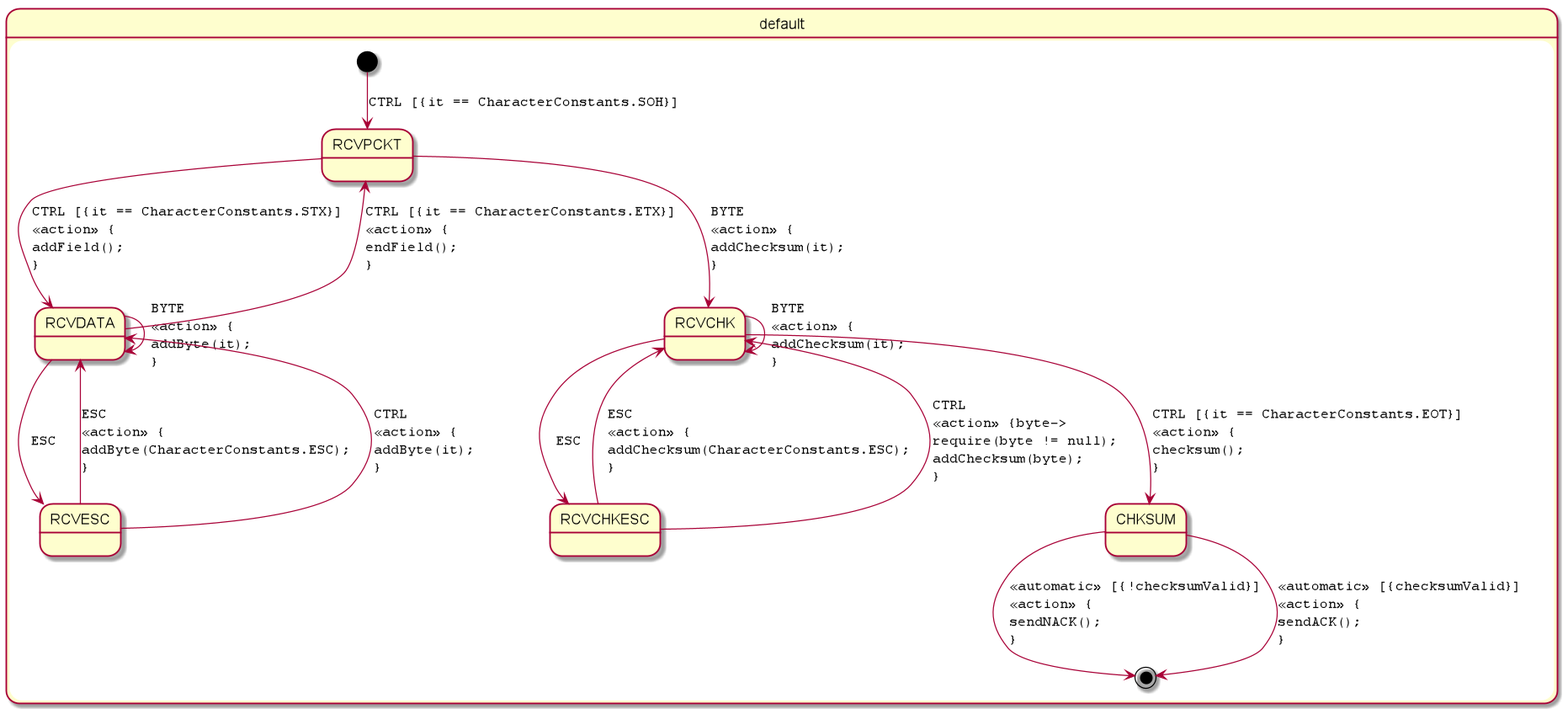
The PlantUML diagram packet_reader-parsed.png in open-jumpco/kfsm-viz, before a commit.
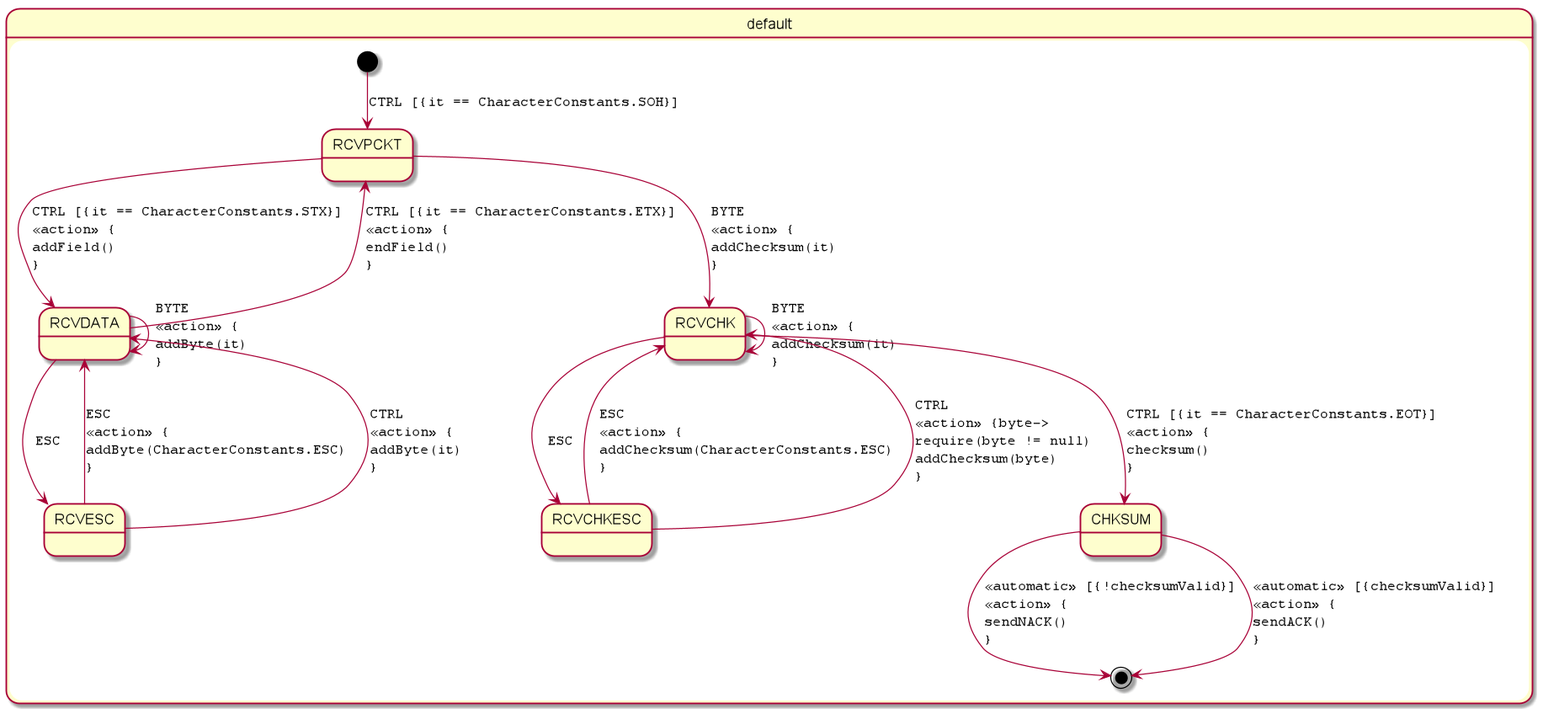
Later version of the same file.

Diff of the diagram source:
```diff
@@ -3,19 +3,19 @@
 skinparam defaultFontName Monospaced
 state default {
 [*] --> RCVPCKT : CTRL [{it == CharacterConstants.SOH}]
-RCVPCKT --> RCVDATA : CTRL [{it == CharacterConstants.STX}]\l<<action>> {\laddField();\l}
-RCVPCKT --> RCVCHK : BYTE\l<<action>> {\laddChecksum(it);\l}
-RCVDATA --> RCVDATA : BYTE\l<<action>> {\laddByte(it);\l}
-RCVDATA --> RCVPCKT : CTRL [{it == CharacterConstants.ETX}]\l<<action>> {\lendField();\l}
+RCVPCKT --> RCVDATA : CTRL [{it == CharacterConstants.STX}]\l<<action>> {\laddField()\l}
+RCVPCKT --> RCVCHK : BYTE\l<<action>> {\laddChecksum(it)\l}
+RCVDATA --> RCVDATA : BYTE\l<<action>> {\laddByte(it)\l}
+RCVDATA --> RCVPCKT : CTRL [{it == CharacterConstants.ETX}]\l<<action>> {\lendField()\l}
 RCVDATA --> RCVESC : ESC
-RCVESC --> RCVDATA : ESC\l<<action>> {\laddByte(CharacterConstants.ESC);\l}
-RCVESC --> RCVDATA : CTRL\l<<action>> {\laddByte(it);\l}
-RCVCHK --> RCVCHK : BYTE\l<<action>> {\laddChecksum(it);\l}
+RCVESC --> RCVDATA : ESC\l<<action>> {\laddByte(CharacterConstants.ESC)\l}
+RCVESC --> RCVDATA : CTRL\l<<action>> {\laddByte(it)\l}
+RCVCHK --> RCVCHK : BYTE\l<<action>> {\laddChecksum(it)\l}
 RCVCHK --> RCVCHKESC : ESC
-RCVCHK --> CHKSUM : CTRL [{it == CharacterConstants.EOT}]\l<<action>> {\lchecksum();\l}
-CHKSUM --> [*] : <<automatic>> [{!checksumValid}]\l<<action>> {\lsendNACK();\l}
-CHKSUM --> [*] : <<automatic>> [{checksumValid}]\l<<action>> {\lsendACK();\l}
-RCVCHKESC --> RCVCHK : ESC\l<<action>> {\laddChecksum(CharacterConstants.ESC);\l}
-RCVCHKESC --> RCVCHK : CTRL\l<<action>> {byte->\lrequire(byte != null);\laddChecksum(byte);\l}
+RCVCHK --> CHKSUM : CTRL [{it == CharacterConstants.EOT}]\l<<action>> {\lchecksum()\l}
+CHKSUM --> [*] : <<automatic>> [{!checksumValid}]\l<<action>> {\lsendNACK()\l}
+CHKSUM --> [*] : <<automatic>> [{checksumValid}]\l<<action>> {\lsendACK()\l}
+RCVCHKESC --> RCVCHK : ESC\l<<action>> {\laddChecksum(CharacterConstants.ESC)\l}
+RCVCHKESC --> RCVCHK : CTRL\l<<action>> {byte->\lrequire(byte != null)\laddChecksum(byte)\l}
 }
 @enduml
```
